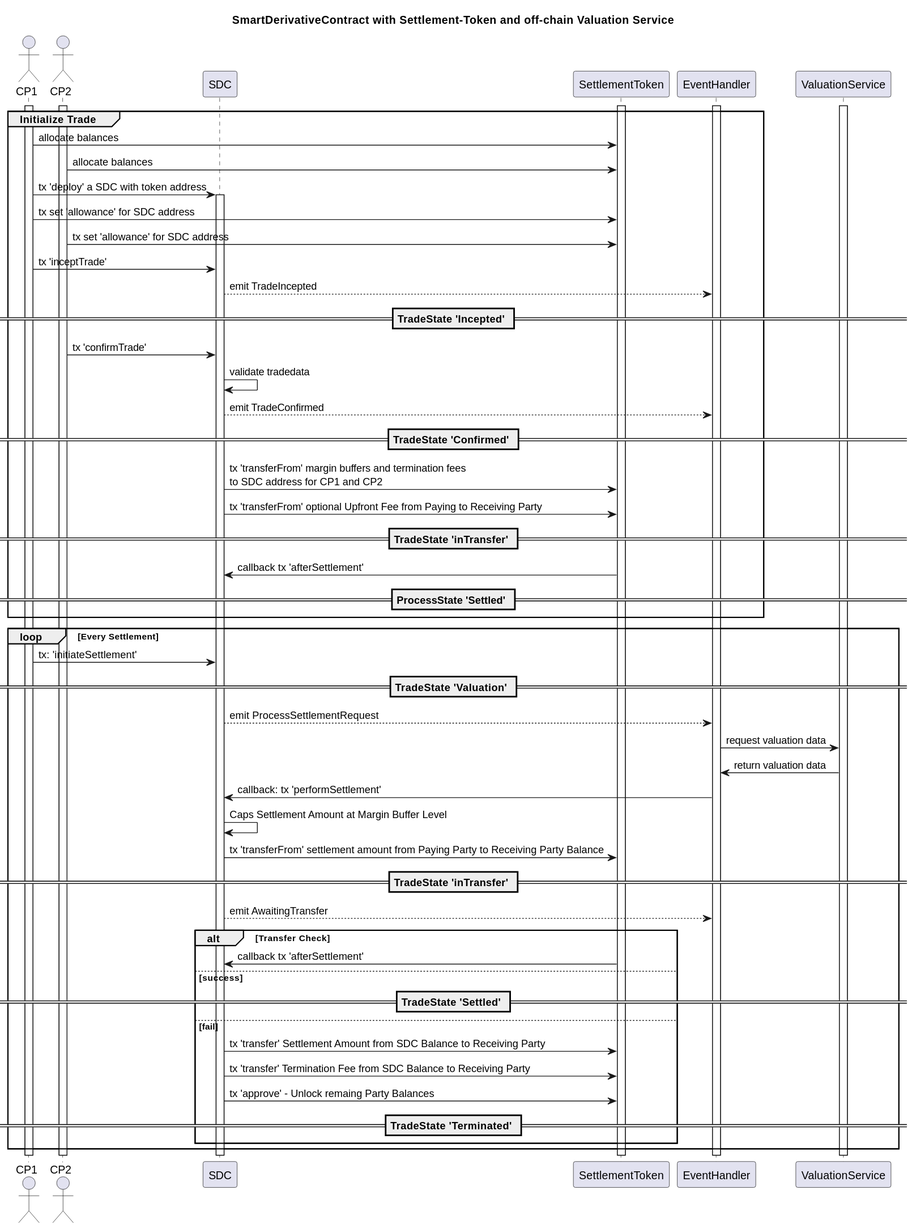
This is public/assets/erc-6123/doc/sequence.svg from lxdao-official/eipfun, a PlantUML export, as it was before one commit.
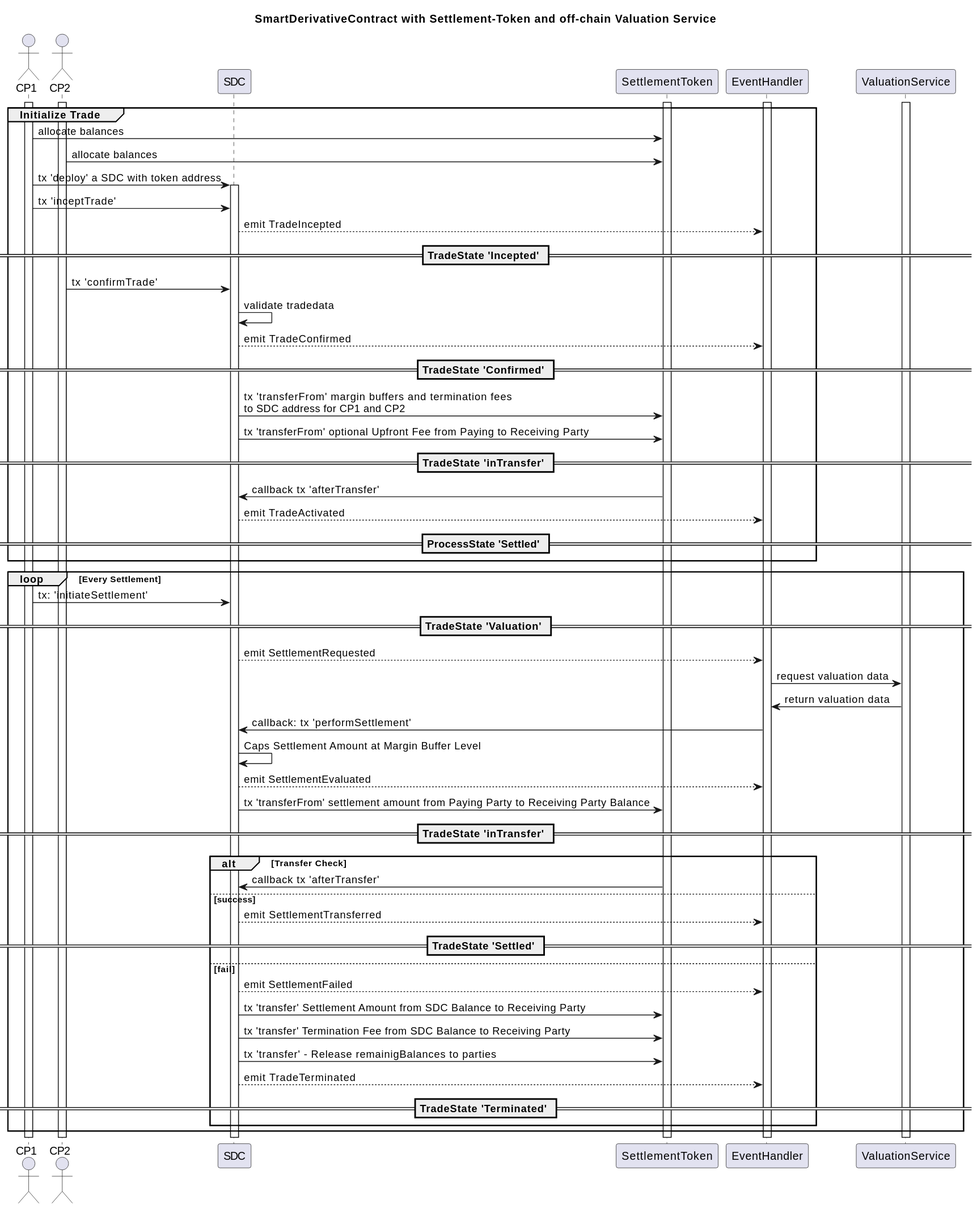
The same diagram one commit later.

What changed in the source:
```diff
@@ -8,11 +8,8 @@
 
     participant SettlementToken
 
-
 	participant EventHandler
 	participant ValuationService
-
-
 
 activate EventHandler
 activate SettlementToken
@@ -26,23 +23,27 @@
 CP2 ->SettlementToken: allocate balances
 CP1 ->SDC: tx 'deploy' a SDC with token address
 activate SDC
-CP1 ->SettlementToken: tx set 'allowance' for SDC address
-CP2 ->SettlementToken: tx set 'allowance' for SDC address
 CP1 ->SDC:                 tx 'inceptTrade'
 
 SDC-->EventHandler: emit TradeIncepted
 == TradeState 'Incepted' ==
-CP2->SDC: tx 'confirmTrade'
-SDC->SDC: validate tradedata
 
-SDC-->EventHandler: emit TradeConfirmed
+    CP2->SDC: tx 'confirmTrade'
+    SDC->SDC: validate tradedata
+
+    SDC-->EventHandler: emit TradeConfirmed
 
 == TradeState 'Confirmed' ==
 
-SDC ->SettlementToken: tx 'transferFrom' margin buffers and termination fees\nto SDC address for CP1 and CP2
-SDC->SettlementToken: tx 'transferFrom' optional Upfront Fee from Paying to Receiving Party
+    SDC -> SettlementToken: tx 'transferFrom' margin buffers and termination fees\nto SDC address for CP1 and CP2
+    SDC -> SettlementToken: tx 'transferFrom' optional Upfront Fee from Paying to Receiving Party
+
 ==  TradeState 'inTransfer' ==
-SettlementToken->SDC: callback tx 'afterSettlement'
+
+    SettlementToken->SDC: callback tx 'afterTransfer'
+
+    SDC-->EventHandler: emit TradeActivated
+
 ==ProcessState 'Settled' ==
 
 end
@@ -53,25 +54,31 @@
 CP1->SDC: tx: 'initiateSettlement'
 
 == TradeState 'Valuation' ==
-SDC-->EventHandler:emit ProcessSettlementRequest
+SDC-->EventHandler:emit SettlementRequested
 
 EventHandler->ValuationService: request valuation data
 ValuationService->EventHandler: return valuation data
 EventHandler->SDC: callback: tx 'performSettlement'
 SDC->SDC:Caps Settlement Amount at Margin Buffer Level
+
+SDC-->EventHandler: emit SettlementEvaluated
+
 SDC->SettlementToken: tx 'transferFrom' settlement amount from Paying Party to Receiving Party Balance
 == TradeState 'inTransfer' ==
-SDC-->EventHandler: emit AwaitingTransfer
 
 alt Transfer Check
-	SettlementToken->SDC: callback tx 'afterSettlement'
+	SettlementToken->SDC: callback tx 'afterTransfer'
 else success
+    SDC-->EventHandler: emit SettlementTransferred
 == TradeState 'Settled' ==
 else fail
+    SDC-->EventHandler: emit SettlementFailed
+
 	SDC->SettlementToken: tx 'transfer' Settlement Amount from SDC Balance to Receiving Party
 	SDC->SettlementToken: tx 'transfer' Termination Fee from SDC Balance to Receiving Party
-    	SDC->SettlementToken: tx 'approve' - Unlock remaing Party Balances
+    SDC->SettlementToken: tx 'transfer' - Release  remainigBalances to parties
 
+    SDC-->EventHandler: emit TradeTerminated
 == TradeState 'Terminated' ==
 end
 
```
